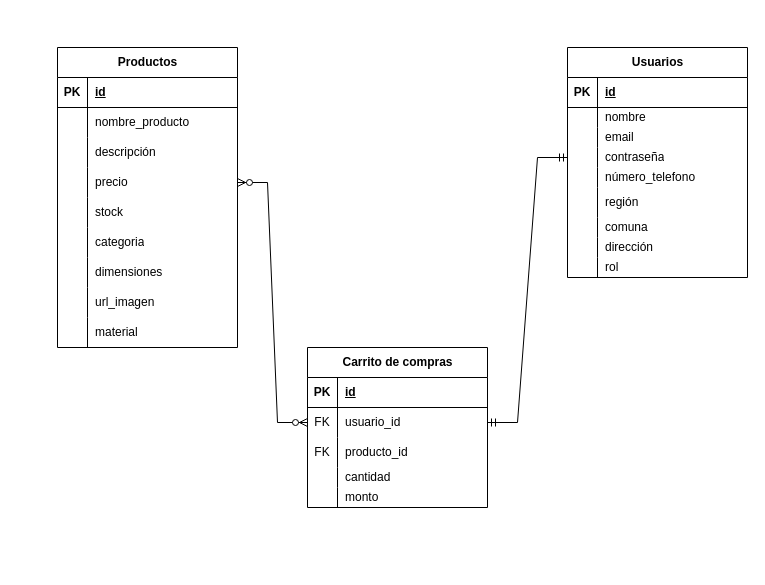
Elmersont/Proyectos-personales keeps this draw.io diagram as Diagrama Tabla Ecommerce.drawio. Above is the earlier version. Source tidied: cells renumbered, new cells numbered last; positions are measured from the earlier drawing's top-left corner, leaving out a move shared by most shapes. Both pictures are drawn from the tidied source at 100%, with x=0, y=0 at pixel (57, 47).
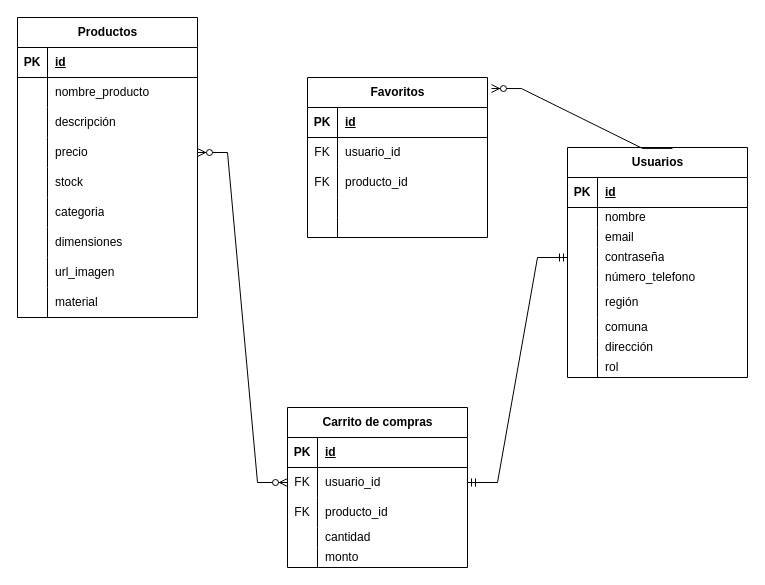
Above is the later version.

What changed in the source:
```diff
@@
     <mxCell id="2" value="Productos" style="shape=table;startSize=30;childLayout=tableLayout;rowLines=0;fontStyle=1;align=center;html=1;" parent="1" vertex="1">
-      <mxGeometry width="180" height="300" as="geometry" />
+      <mxGeometry x="-40" y="-30" width="180" height="300" as="geometry" />
     </mxCell>
@@
     <mxCell id="30" value="Usuarios" style="shape=table;startSize=30;childLayout=tableLayout;rowLines=0;fontStyle=1;align=center;html=1;" parent="1" vertex="1">
-      <mxGeometry x="510" width="180" height="230" as="geometry" />
+      <mxGeometry x="510" y="100" width="180" height="230" as="geometry" />
     </mxCell>
@@
     <mxCell id="58" value="Carrito de compras" style="shape=table;startSize=30;childLayout=tableLayout;rowLines=0;fontStyle=1;align=center;html=1;" parent="1" vertex="1">
-      <mxGeometry x="250" y="300" width="180" height="160" as="geometry" />
+      <mxGeometry x="230" y="360" width="180" height="160" as="geometry" />
     </mxCell>
@@
+    <mxCell id="76" value="Favoritos" style="shape=table;startSize=30;childLayout=tableLayout;rowLines=0;fontStyle=1;align=center;html=1;" parent="1" vertex="1">
+      <mxGeometry x="250" y="30" width="180" height="160" as="geometry" />
+    </mxCell>
+    <mxCell id="77" style="shape=tableRow;horizontal=0;startSize=0;swimlaneHead=0;swimlaneBody=0;fillColor=none;top=0;left=0;right=0;bottom=1;" parent="76" vertex="1">
+      <mxGeometry y="30" width="180" height="30" as="geometry" />
+    </mxCell>
+    <mxCell id="78" value="PK" style="shape=partialRectangle;fillColor=none;top=0;left=0;bottom=0;right=0;fontStyle=1;overflow=hidden;whiteSpace=wrap;html=1;" parent="77" vertex="1">
+      <mxGeometry width="30" height="30" as="geometry" />
+    </mxCell>
+    <mxCell id="79" value="id" style="shape=partialRectangle;fillColor=none;top=0;left=0;bottom=0;right=0;align=left;spacingLeft=6;fontStyle=5;overflow=hidden;whiteSpace=wrap;html=1;" parent="77" vertex="1">
+      <mxGeometry x="30" width="150" height="30" as="geometry" />
+    </mxCell>
+    <mxCell id="80" style="shape=tableRow;horizontal=0;startSize=0;swimlaneHead=0;swimlaneBody=0;fillColor=none;top=0;left=0;right=0;bottom=0;" parent="76" vertex="1">
+      <mxGeometry y="60" width="180" height="30" as="geometry" />
+    </mxCell>
+    <mxCell id="81" value="FK" style="shape=partialRectangle;fillColor=none;top=0;left=0;bottom=0;right=0;overflow=hidden;whiteSpace=wrap;html=1;" parent="80" vertex="1">
+      <mxGeometry width="30" height="30" as="geometry" />
+    </mxCell>
+    <mxCell id="82" value="usuario_id" style="shape=partialRectangle;fillColor=none;top=0;left=0;bottom=0;right=0;align=left;spacingLeft=6;overflow=hidden;whiteSpace=wrap;html=1;" parent="80" vertex="1">
+      <mxGeometry x="30" width="150" height="30" as="geometry" />
+    </mxCell>
+    <mxCell id="83" style="shape=tableRow;horizontal=0;startSize=0;swimlaneHead=0;swimlaneBody=0;fillColor=none;top=0;left=0;right=0;bottom=0;" parent="76" vertex="1">
+      <mxGeometry y="90" width="180" height="30" as="geometry" />
+    </mxCell>
+    <mxCell id="84" value="FK" style="shape=partialRectangle;fillColor=none;top=0;left=0;bottom=0;right=0;overflow=hidden;whiteSpace=wrap;html=1;" parent="83" vertex="1">
+      <mxGeometry width="30" height="30" as="geometry" />
+    </mxCell>
+    <mxCell id="85" value="producto_id" style="shape=partialRectangle;fillColor=none;top=0;left=0;bottom=0;right=0;align=left;spacingLeft=6;overflow=hidden;whiteSpace=wrap;html=1;" parent="83" vertex="1">
+      <mxGeometry x="30" width="150" height="30" as="geometry" />
+    </mxCell>
+    <mxCell id="86" style="shape=tableRow;horizontal=0;startSize=0;swimlaneHead=0;swimlaneBody=0;fillColor=none;top=0;left=0;right=0;bottom=0;" parent="76" vertex="1">
+      <mxGeometry y="120" width="180" height="20" as="geometry" />
+    </mxCell>
+    <mxCell id="87" style="shape=partialRectangle;fillColor=none;top=0;left=0;bottom=0;right=0;overflow=hidden;whiteSpace=wrap;html=1;" parent="86" vertex="1">
+      <mxGeometry width="30" height="20" as="geometry" />
+    </mxCell>
+    <mxCell id="88" style="shape=partialRectangle;fillColor=none;top=0;left=0;bottom=0;right=0;align=left;spacingLeft=6;overflow=hidden;whiteSpace=wrap;html=1;" parent="86" vertex="1">
+      <mxGeometry x="30" width="150" height="20" as="geometry" />
+    </mxCell>
+    <mxCell id="89" style="shape=tableRow;horizontal=0;startSize=0;swimlaneHead=0;swimlaneBody=0;fillColor=none;top=0;left=0;right=0;bottom=0;" parent="76" vertex="1">
+      <mxGeometry y="140" width="180" height="20" as="geometry" />
+    </mxCell>
+    <mxCell id="90" style="shape=partialRectangle;fillColor=none;top=0;left=0;bottom=0;right=0;overflow=hidden;whiteSpace=wrap;html=1;" parent="89" vertex="1">
+      <mxGeometry width="30" height="20" as="geometry" />
+    </mxCell>
+    <mxCell id="91" style="shape=partialRectangle;fillColor=none;top=0;left=0;bottom=0;right=0;align=left;spacingLeft=6;overflow=hidden;whiteSpace=wrap;html=1;" parent="89" vertex="1">
+      <mxGeometry x="30" width="150" height="20" as="geometry" />
+    </mxCell>
+    <mxCell id="92" style="edgeStyle=entityRelationEdgeStyle;fontSize=12;html=1;endArrow=ERzeroToMany;endFill=1;rounded=0;entryX=1.022;entryY=0.069;entryDx=0;entryDy=0;entryPerimeter=0;exitX=0.583;exitY=0.004;exitDx=0;exitDy=0;exitPerimeter=0;" parent="1" edge="1" source="30" target="76">
+      <mxGeometry relative="1" as="geometry">
+        <Array as="points">
+          <mxPoint x="410" y="340" />
+          <mxPoint x="640" y="440" />
+          <mxPoint x="610" y="420" />
+          <mxPoint x="570" y="290" />
+        </Array>
+      </mxGeometry>
+    </mxCell>
```
